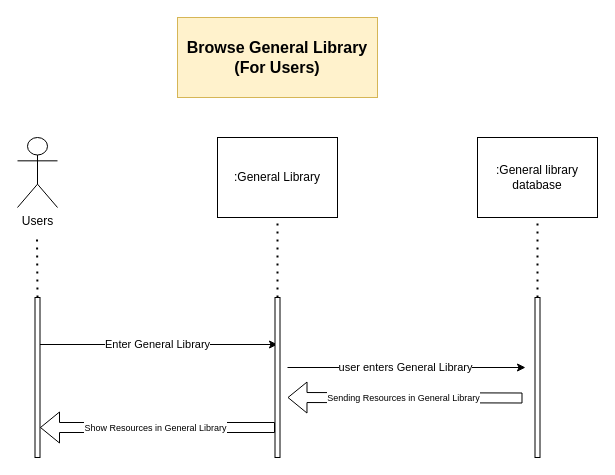
Above: page "Browse General Library (For Users)" (6 of 17) of Models/Sequence Diagram.drawio in ParkinnAuto/StudyMate (draw.io), before the change. Source tidied: cells renumbered, new cells numbered last; positions are measured from the earlier drawing's top-left corner, leaving out a move shared by most shapes. Both pictures are drawn from the tidied source at 100%, with x=0, y=0 at pixel (17, 17).
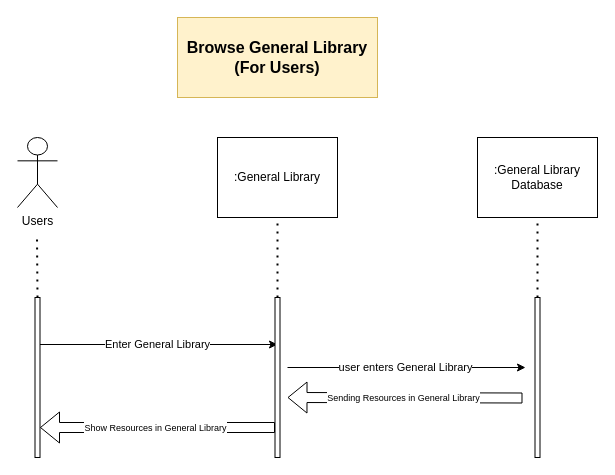
The same page after the edit.

Change to the diagram source:
```diff
@@
-    <mxCell id="13" value=":General library database" style="rounded=0;whiteSpace=wrap;html=1;" parent="1" vertex="1">
+    <mxCell id="13" value=":General Library Database" style="rounded=0;whiteSpace=wrap;html=1;" parent="1" vertex="1">
       <mxGeometry x="460" y="120" width="120" height="80" as="geometry" />
     </mxCell>
```
